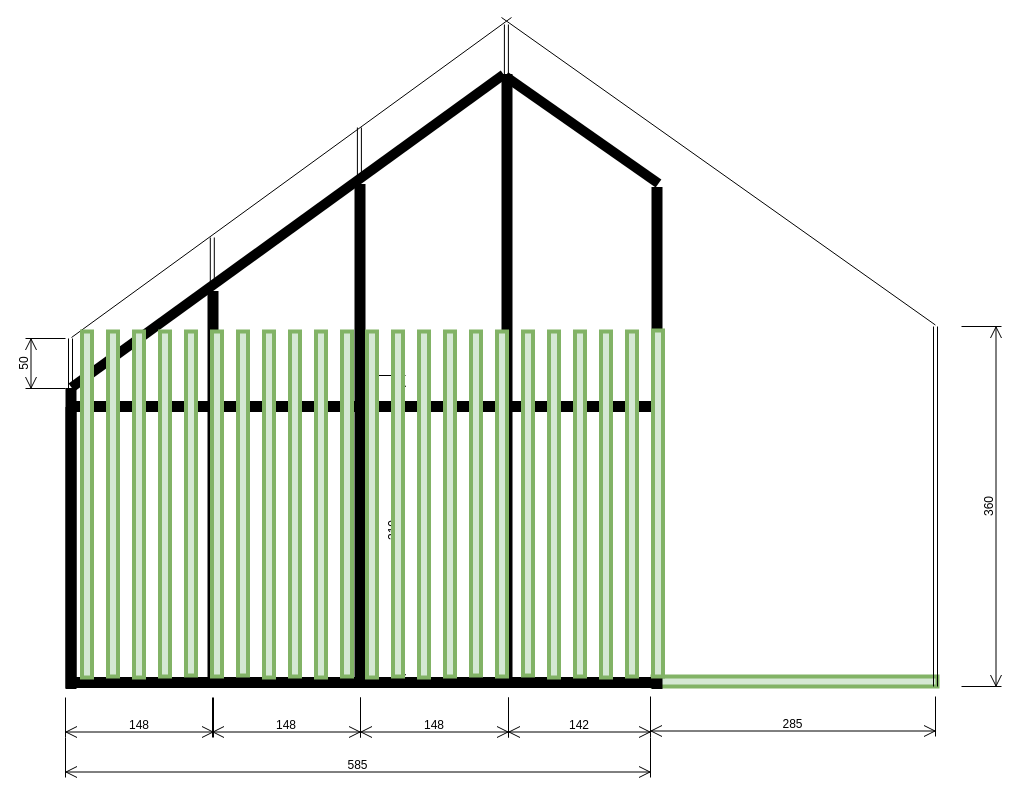
The draw.io diagram page "idea2V1" (6 of 12) of House.drawio in algimas/tmp, before the edit. Source tidied: cells renumbered, new cells numbered last; positions are measured from the earlier drawing's top-left corner, leaving out a move shared by most shapes. Both pictures are drawn from the tidied source at 100%, with x=0, y=0 at pixel (25, 17).
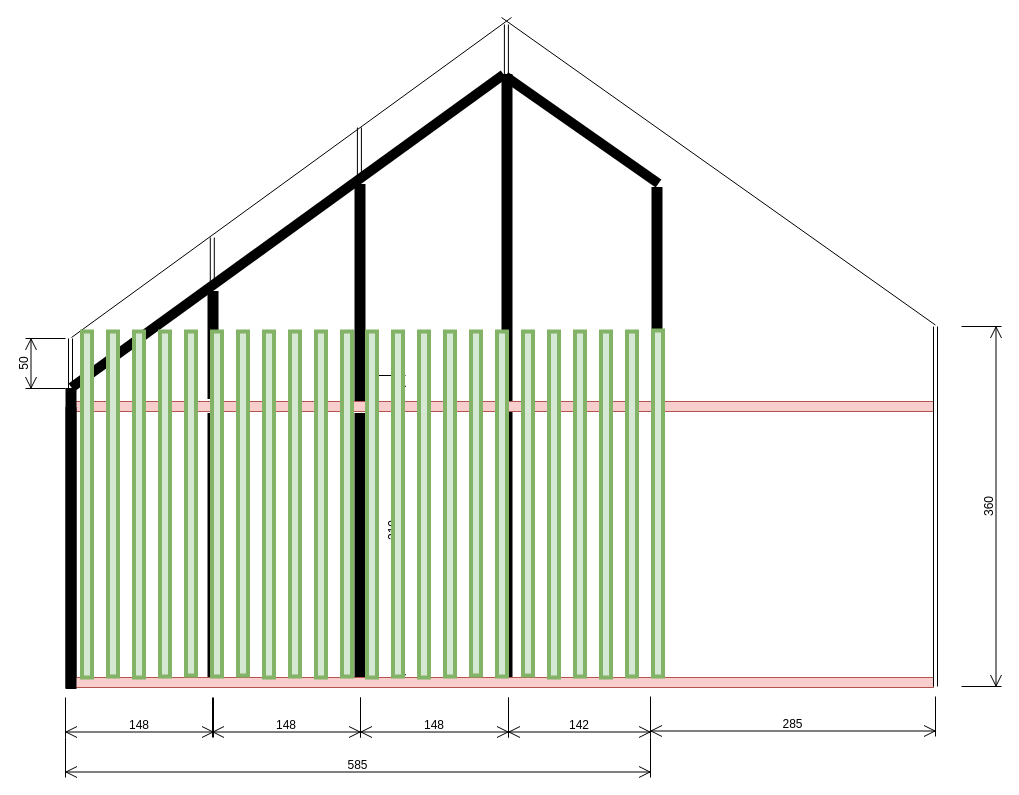
The same page after the edit.

What changed in the source:
```diff
@@
-    <mxCell id="5" style="verticalLabelPosition=bottom;html=1;verticalAlign=top;align=center;shape=mxgraph.floorplan.wall;fillColor=#d5e8d4;strokeColor=#82b366;strokeWidth=4;" parent="1" vertex="1">
-      <mxGeometry x="627" y="659" width="285" height="10" as="geometry" />
-    </mxCell>
@@
-    <mxCell id="11" style="verticalLabelPosition=bottom;html=1;verticalAlign=top;align=center;shape=mxgraph.floorplan.wall;fillColor=strokeColor;" parent="1" vertex="1">
-      <mxGeometry x="42" y="384" width="585" height="10" as="geometry" />
+    <mxCell id="11" style="verticalLabelPosition=bottom;html=1;verticalAlign=top;align=center;shape=mxgraph.floorplan.wall;fillColor=#f8cecc;strokeColor=#b85450;" parent="1" vertex="1">
+      <mxGeometry x="42" y="384" width="866" height="10" as="geometry" />
     </mxCell>
@@
     <mxCell id="14" style="verticalLabelPosition=bottom;html=1;verticalAlign=top;align=center;shape=mxgraph.floorplan.wall;fillColor=strokeColor;direction=south;" parent="1" vertex="1">
-      <mxGeometry x="182" y="390" width="11" height="280" as="geometry" />
+      <mxGeometry x="182" y="396" width="11" height="274" as="geometry" />
     </mxCell>
@@
     <mxCell id="19" style="verticalLabelPosition=bottom;html=1;verticalAlign=top;align=center;shape=mxgraph.floorplan.wall;fillColor=strokeColor;direction=south;" parent="1" vertex="1">
-      <mxGeometry x="182" y="274" width="11" height="120" as="geometry" />
+      <mxGeometry x="182" y="274" width="11" height="107" as="geometry" />
     </mxCell>
@@
     <mxCell id="26" style="verticalLabelPosition=bottom;html=1;verticalAlign=top;align=center;shape=mxgraph.floorplan.wall;fillColor=strokeColor;direction=south;" parent="1" vertex="1">
-      <mxGeometry x="329" y="390" width="11" height="280" as="geometry" />
+      <mxGeometry x="329" y="396" width="11" height="274" as="geometry" />
     </mxCell>
-    <mxCell id="27" style="verticalLabelPosition=bottom;html=1;verticalAlign=top;align=center;shape=mxgraph.floorplan.wall;fillColor=strokeColor;" parent="1" vertex="1">
-      <mxGeometry x="42" y="660" width="585" height="10" as="geometry" />
+    <mxCell id="27" style="verticalLabelPosition=bottom;html=1;verticalAlign=top;align=center;shape=mxgraph.floorplan.wall;fillColor=#f8cecc;strokeColor=#b85450;" parent="1" vertex="1">
+      <mxGeometry x="42" y="660" width="866" height="10" as="geometry" />
     </mxCell>
@@
-    <mxCell id="29" style="verticalLabelPosition=bottom;html=1;verticalAlign=top;align=center;shape=mxgraph.floorplan.wall;fillColor=strokeColor;direction=south;" parent="1" vertex="1">
-      <mxGeometry x="626" y="391" width="11" height="280" as="geometry" />
-    </mxCell>
```
